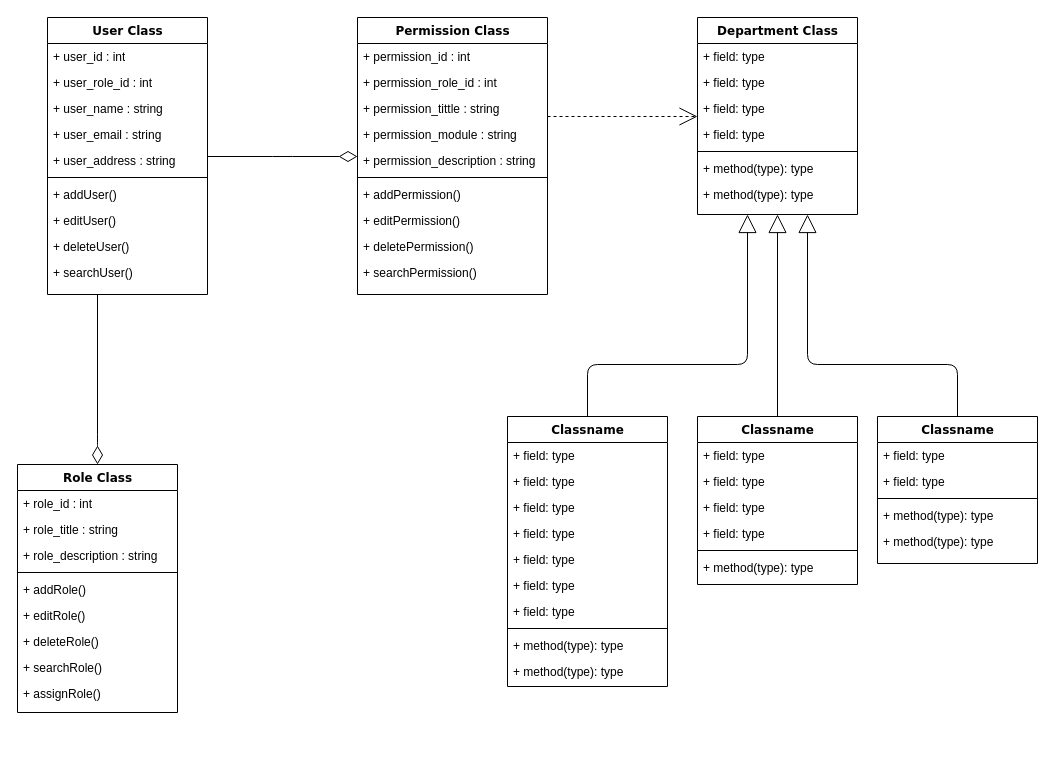
Before: Diagrams/Class Diagram.drawio in JoanLushi22/ReceptionApp, a draw.io diagram. Source tidied: cells renumbered, new cells numbered last; positions are measured from the earlier drawing's top-left corner, leaving out a move shared by most shapes. Both pictures are drawn from the tidied source at 100%, with x=0, y=0 at pixel (17, 17).
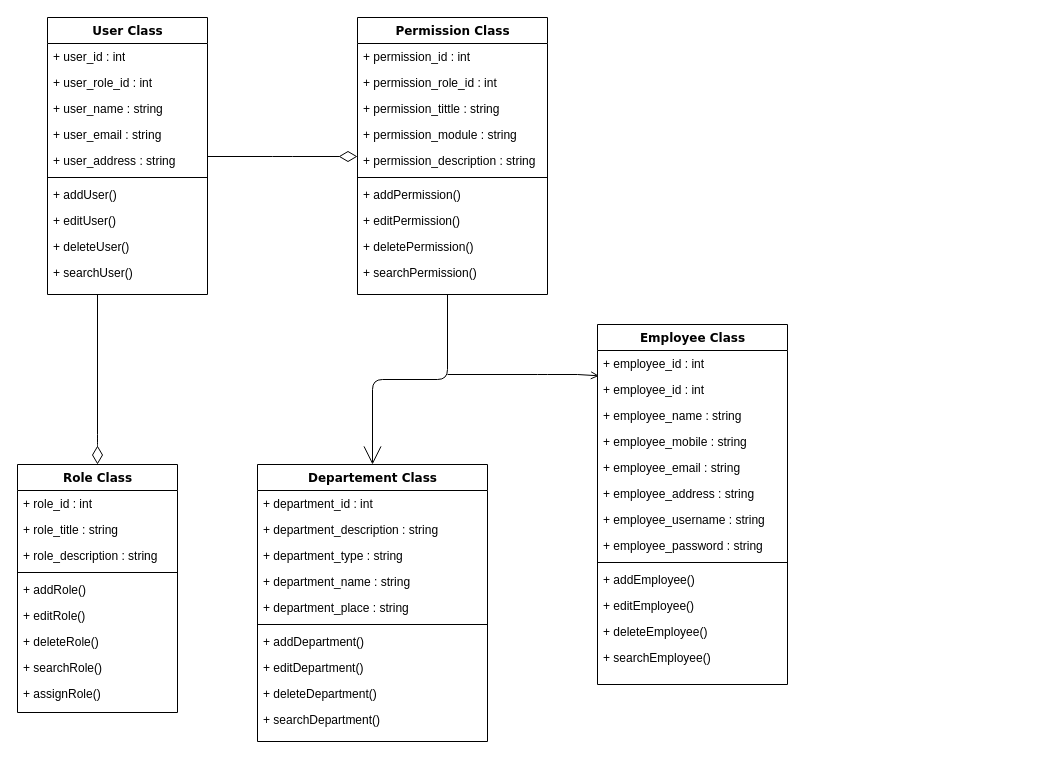
After the change.

Unchanged cells that the change refers to:
```xml
<mxCell id="15" value="Permission Class" style="swimlane;html=1;fontStyle=1;align=center;verticalAlign=top;horizontal=1;startSize=26;swimlaneFillColor=#ffffff;rounded=0;shadow=0;comic=0;labelBackgroundColor=none;strokeWidth=1;fillColor=none;fontFamily=Verdana;fontSize=12;" parent="1" vertex="1">
  <mxGeometry x="340" width="190" height="277" as="geometry" />
</mxCell>
```

Change to the diagram source:
```diff
@@
-    <mxCell id="14" style="edgeStyle=elbowEdgeStyle;html=1;labelBackgroundColor=none;startFill=0;startSize=8;endArrow=open;endFill=0;endSize=16;fontFamily=Verdana;fontSize=12;elbow=vertical;dashed=1;" parent="1" edge="1" source="15" target="26">
-      <mxGeometry relative="1" as="geometry" />
+    <mxCell id="14" style="edgeStyle=elbowEdgeStyle;html=1;labelBackgroundColor=none;startFill=0;startSize=8;endArrow=open;endFill=0;endSize=16;fontFamily=Verdana;fontSize=12;elbow=vertical;entryX=0.5;entryY=0;entryDx=0;entryDy=0;rounded=1;" parent="1" edge="1" target="76">
+      <mxGeometry relative="1" as="geometry">
+        <mxPoint x="430" y="277" as="sourcePoint" />
+      </mxGeometry>
     </mxCell>
@@
-    <mxCell id="26" value="Department Class" style="swimlane;html=1;fontStyle=1;align=center;verticalAlign=top;horizontal=1;startSize=26;swimlaneFillColor=#ffffff;rounded=0;shadow=0;comic=0;labelBackgroundColor=none;strokeWidth=1;fillColor=none;fontFamily=Verdana;fontSize=12;" parent="1" vertex="1">
-      <mxGeometry x="680" width="160" height="197" as="geometry" />
-    </mxCell>
-    <mxCell id="27" value="+ field: type" style="text;html=1;strokeColor=none;fillColor=none;align=left;verticalAlign=top;spacingLeft=4;spacingRight=4;whiteSpace=wrap;overflow=hidden;" parent="26" vertex="1">
-      <mxGeometry y="26" width="160" height="26" as="geometry" />
-    </mxCell>
-    <mxCell id="28" value="+ field: type" style="text;html=1;strokeColor=none;fillColor=none;align=left;verticalAlign=top;spacingLeft=4;spacingRight=4;whiteSpace=wrap;overflow=hidden;" parent="26" vertex="1">
-      <mxGeometry y="52" width="160" height="26" as="geometry" />
-    </mxCell>
-    <mxCell id="29" value="+ field: type" style="text;html=1;strokeColor=none;fillColor=none;align=left;verticalAlign=top;spacingLeft=4;spacingRight=4;whiteSpace=wrap;overflow=hidden;" parent="26" vertex="1">
-      <mxGeometry y="78" width="160" height="26" as="geometry" />
-    </mxCell>
-    <mxCell id="30" value="+ field: type" style="text;html=1;strokeColor=none;fillColor=none;align=left;verticalAlign=top;spacingLeft=4;spacingRight=4;whiteSpace=wrap;overflow=hidden;" parent="26" vertex="1">
-      <mxGeometry y="104" width="160" height="26" as="geometry" />
-    </mxCell>
-    <mxCell id="31" style="line;html=1;strokeWidth=1;fillColor=none;align=left;verticalAlign=middle;spacingTop=-1;spacingLeft=3;spacingRight=3;labelPosition=right;" parent="26" vertex="1">
-      <mxGeometry y="130" width="160" height="8" as="geometry" />
-    </mxCell>
-    <mxCell id="32" value="+ method(type): type" style="text;html=1;strokeColor=none;fillColor=none;align=left;verticalAlign=top;spacingLeft=4;spacingRight=4;whiteSpace=wrap;overflow=hidden;" parent="26" vertex="1">
-      <mxGeometry y="138" width="160" height="26" as="geometry" />
-    </mxCell>
-    <mxCell id="33" value="+ method(type): type" style="text;html=1;strokeColor=none;fillColor=none;align=left;verticalAlign=top;spacingLeft=4;spacingRight=4;whiteSpace=wrap;overflow=hidden;" parent="26" vertex="1">
-      <mxGeometry y="164" width="160" height="26" as="geometry" />
-    </mxCell>
@@
-    <mxCell id="44" style="edgeStyle=orthogonalEdgeStyle;html=1;labelBackgroundColor=none;startFill=0;startSize=8;endArrow=block;endFill=0;endSize=16;fontFamily=Verdana;fontSize=12;" parent="1" edge="1" source="45" target="26">
-      <mxGeometry relative="1" as="geometry">
-        <Array as="points">
-          <mxPoint x="570" y="347" />
-          <mxPoint x="730" y="347" />
-        </Array>
-      </mxGeometry>
-    </mxCell>
-    <mxCell id="45" value="Classname" style="swimlane;html=1;fontStyle=1;align=center;verticalAlign=top;horizontal=1;startSize=26;swimlaneFillColor=#ffffff;rounded=0;shadow=0;comic=0;labelBackgroundColor=none;strokeWidth=1;fillColor=none;fontFamily=Verdana;fontSize=12;" parent="1" vertex="1">
-      <mxGeometry x="490" y="399" width="160" height="270" as="geometry" />
+    <mxCell id="45" value="Employee Class" style="swimlane;html=1;fontStyle=1;align=center;verticalAlign=top;horizontal=1;startSize=26;swimlaneFillColor=#ffffff;rounded=0;shadow=0;comic=0;labelBackgroundColor=none;strokeWidth=1;fillColor=none;fontFamily=Verdana;fontSize=12;" parent="1" vertex="1">
+      <mxGeometry x="580" y="307" width="190" height="360" as="geometry" />
     </mxCell>
+    <mxCell id="72" value="+ employee_id : int" style="text;html=1;strokeColor=none;fillColor=none;align=left;verticalAlign=top;spacingLeft=4;spacingRight=4;whiteSpace=wrap;overflow=hidden;" parent="45" vertex="1">
+      <mxGeometry y="26" width="190" height="26" as="geometry" />
+    </mxCell>
-    <mxCell id="46" value="+ field: type" style="text;html=1;strokeColor=none;fillColor=none;align=left;verticalAlign=top;spacingLeft=4;spacingRight=4;whiteSpace=wrap;overflow=hidden;points=[[0,0.5],[1,0.5]];portConstraint=eastwest;" parent="45" vertex="1">
-      <mxGeometry y="26" width="160" height="26" as="geometry" />
+    <mxCell id="46" value="+ employee_id : int" style="text;html=1;strokeColor=none;fillColor=none;align=left;verticalAlign=top;spacingLeft=4;spacingRight=4;whiteSpace=wrap;overflow=hidden;points=[[0,0.5],[1,0.5]];portConstraint=eastwest;" parent="45" vertex="1">
+      <mxGeometry y="52" width="190" height="26" as="geometry" />
     </mxCell>
-    <mxCell id="47" value="+ field: type" style="text;html=1;strokeColor=none;fillColor=none;align=left;verticalAlign=top;spacingLeft=4;spacingRight=4;whiteSpace=wrap;overflow=hidden;" parent="45" vertex="1">
-      <mxGeometry y="52" width="160" height="26" as="geometry" />
+    <mxCell id="47" value="+ employee_name : string" style="text;html=1;strokeColor=none;fillColor=none;align=left;verticalAlign=top;spacingLeft=4;spacingRight=4;whiteSpace=wrap;overflow=hidden;" parent="45" vertex="1">
+      <mxGeometry y="78" width="190" height="26" as="geometry" />
     </mxCell>
-    <mxCell id="48" value="+ field: type" style="text;html=1;strokeColor=none;fillColor=none;align=left;verticalAlign=top;spacingLeft=4;spacingRight=4;whiteSpace=wrap;overflow=hidden;" parent="45" vertex="1">
-      <mxGeometry y="78" width="160" height="26" as="geometry" />
+    <mxCell id="48" value="+ employee_mobile : string" style="text;html=1;strokeColor=none;fillColor=none;align=left;verticalAlign=top;spacingLeft=4;spacingRight=4;whiteSpace=wrap;overflow=hidden;" parent="45" vertex="1">
+      <mxGeometry y="104" width="190" height="26" as="geometry" />
     </mxCell>
-    <mxCell id="49" value="+ field: type" style="text;html=1;strokeColor=none;fillColor=none;align=left;verticalAlign=top;spacingLeft=4;spacingRight=4;whiteSpace=wrap;overflow=hidden;" parent="45" vertex="1">
-      <mxGeometry y="104" width="160" height="26" as="geometry" />
+    <mxCell id="49" value="+ employee_email : string" style="text;html=1;strokeColor=none;fillColor=none;align=left;verticalAlign=top;spacingLeft=4;spacingRight=4;whiteSpace=wrap;overflow=hidden;" parent="45" vertex="1">
+      <mxGeometry y="130" width="190" height="26" as="geometry" />
     </mxCell>
-    <mxCell id="50" value="+ field: type" style="text;html=1;strokeColor=none;fillColor=none;align=left;verticalAlign=top;spacingLeft=4;spacingRight=4;whiteSpace=wrap;overflow=hidden;" parent="45" vertex="1">
-      <mxGeometry y="130" width="160" height="26" as="geometry" />
+    <mxCell id="50" value="+ employee_address : string" style="text;html=1;strokeColor=none;fillColor=none;align=left;verticalAlign=top;spacingLeft=4;spacingRight=4;whiteSpace=wrap;overflow=hidden;" parent="45" vertex="1">
+      <mxGeometry y="156" width="190" height="26" as="geometry" />
     </mxCell>
-    <mxCell id="51" value="+ field: type" style="text;html=1;strokeColor=none;fillColor=none;align=left;verticalAlign=top;spacingLeft=4;spacingRight=4;whiteSpace=wrap;overflow=hidden;" parent="45" vertex="1">
-      <mxGeometry y="156" width="160" height="26" as="geometry" />
+    <mxCell id="51" value="+ employee_username : string" style="text;html=1;strokeColor=none;fillColor=none;align=left;verticalAlign=top;spacingLeft=4;spacingRight=4;whiteSpace=wrap;overflow=hidden;" parent="45" vertex="1">
+      <mxGeometry y="182" width="190" height="26" as="geometry" />
     </mxCell>
-    <mxCell id="52" value="+ field: type" style="text;html=1;strokeColor=none;fillColor=none;align=left;verticalAlign=top;spacingLeft=4;spacingRight=4;whiteSpace=wrap;overflow=hidden;" parent="45" vertex="1">
-      <mxGeometry y="182" width="160" height="26" as="geometry" />
+    <mxCell id="52" value="+ employee_password : string" style="text;html=1;strokeColor=none;fillColor=none;align=left;verticalAlign=top;spacingLeft=4;spacingRight=4;whiteSpace=wrap;overflow=hidden;" parent="45" vertex="1">
+      <mxGeometry y="208" width="190" height="26" as="geometry" />
     </mxCell>
     <mxCell id="53" style="line;html=1;strokeWidth=1;fillColor=none;align=left;verticalAlign=middle;spacingTop=-1;spacingLeft=3;spacingRight=3;labelPosition=right;" parent="45" vertex="1">
-      <mxGeometry y="208" width="160" height="8" as="geometry" />
+      <mxGeometry y="234" width="190" height="8" as="geometry" />
     </mxCell>
-    <mxCell id="54" value="+ method(type): type" style="text;html=1;strokeColor=none;fillColor=none;align=left;verticalAlign=top;spacingLeft=4;spacingRight=4;whiteSpace=wrap;overflow=hidden;" parent="45" vertex="1">
-      <mxGeometry y="216" width="160" height="26" as="geometry" />
+    <mxCell id="54" value="+ addEmployee()" style="text;html=1;strokeColor=none;fillColor=none;align=left;verticalAlign=top;spacingLeft=4;spacingRight=4;whiteSpace=wrap;overflow=hidden;" parent="45" vertex="1">
+      <mxGeometry y="242" width="190" height="26" as="geometry" />
     </mxCell>
-    <mxCell id="55" value="+ method(type): type" style="text;html=1;strokeColor=none;fillColor=none;align=left;verticalAlign=top;spacingLeft=4;spacingRight=4;whiteSpace=wrap;overflow=hidden;" parent="45" vertex="1">
-      <mxGeometry y="242" width="160" height="26" as="geometry" />
-    </mxCell>
-    <mxCell id="56" style="edgeStyle=orthogonalEdgeStyle;html=1;labelBackgroundColor=none;startFill=0;startSize=8;endArrow=block;endFill=0;endSize=16;fontFamily=Verdana;fontSize=12;" parent="1" edge="1" source="57" target="26">
-      <mxGeometry relative="1" as="geometry" />
-    </mxCell>
-    <mxCell id="57" value="Classname" style="swimlane;html=1;fontStyle=1;align=center;verticalAlign=top;horizontal=1;startSize=26;swimlaneFillColor=#ffffff;rounded=0;shadow=0;comic=0;labelBackgroundColor=none;strokeWidth=1;fillColor=none;fontFamily=Verdana;fontSize=12;" parent="1" vertex="1">
-      <mxGeometry x="680" y="399" width="160" height="168" as="geometry" />
-    </mxCell>
-    <mxCell id="58" value="+ field: type" style="text;html=1;strokeColor=none;fillColor=none;align=left;verticalAlign=top;spacingLeft=4;spacingRight=4;whiteSpace=wrap;overflow=hidden;" parent="57" vertex="1">
-      <mxGeometry y="26" width="160" height="26" as="geometry" />
-    </mxCell>
-    <mxCell id="59" value="+ field: type" style="text;html=1;strokeColor=none;fillColor=none;align=left;verticalAlign=top;spacingLeft=4;spacingRight=4;whiteSpace=wrap;overflow=hidden;" parent="57" vertex="1">
-      <mxGeometry y="52" width="160" height="26" as="geometry" />
-    </mxCell>
-    <mxCell id="60" value="+ field: type" style="text;html=1;strokeColor=none;fillColor=none;align=left;verticalAlign=top;spacingLeft=4;spacingRight=4;whiteSpace=wrap;overflow=hidden;" parent="57" vertex="1">
-      <mxGeometry y="78" width="160" height="26" as="geometry" />
-    </mxCell>
-    <mxCell id="61" value="+ field: type" style="text;html=1;strokeColor=none;fillColor=none;align=left;verticalAlign=top;spacingLeft=4;spacingRight=4;whiteSpace=wrap;overflow=hidden;" parent="57" vertex="1">
-      <mxGeometry y="104" width="160" height="26" as="geometry" />
-    </mxCell>
-    <mxCell id="62" style="line;html=1;strokeWidth=1;fillColor=none;align=left;verticalAlign=middle;spacingTop=-1;spacingLeft=3;spacingRight=3;labelPosition=right;" parent="57" vertex="1">
-      <mxGeometry y="130" width="160" height="8" as="geometry" />
-    </mxCell>
-    <mxCell id="63" value="+ method(type): type" style="text;html=1;strokeColor=none;fillColor=none;align=left;verticalAlign=top;spacingLeft=4;spacingRight=4;whiteSpace=wrap;overflow=hidden;" parent="57" vertex="1">
-      <mxGeometry y="138" width="160" height="26" as="geometry" />
-    </mxCell>
-    <mxCell id="64" style="edgeStyle=orthogonalEdgeStyle;html=1;labelBackgroundColor=none;startFill=0;startSize=8;endArrow=block;endFill=0;endSize=16;fontFamily=Verdana;fontSize=12;" parent="1" edge="1" source="65" target="26">
-      <mxGeometry relative="1" as="geometry">
-        <Array as="points">
-          <mxPoint x="940" y="347" />
-          <mxPoint x="790" y="347" />
-        </Array>
-      </mxGeometry>
-    </mxCell>
-    <mxCell id="65" value="Classname" style="swimlane;html=1;fontStyle=1;align=center;verticalAlign=top;horizontal=1;startSize=26;swimlaneFillColor=#ffffff;rounded=0;shadow=0;comic=0;labelBackgroundColor=none;strokeWidth=1;fillColor=none;fontFamily=Verdana;fontSize=12;" parent="1" vertex="1">
-      <mxGeometry x="860" y="399" width="160" height="147" as="geometry" />
-    </mxCell>
-    <mxCell id="66" value="+ field: type" style="text;html=1;strokeColor=none;fillColor=none;align=left;verticalAlign=top;spacingLeft=4;spacingRight=4;whiteSpace=wrap;overflow=hidden;" parent="65" vertex="1">
-      <mxGeometry y="26" width="160" height="26" as="geometry" />
-    </mxCell>
-    <mxCell id="67" value="+ field: type" style="text;html=1;strokeColor=none;fillColor=none;align=left;verticalAlign=top;spacingLeft=4;spacingRight=4;whiteSpace=wrap;overflow=hidden;" parent="65" vertex="1">
-      <mxGeometry y="52" width="160" height="26" as="geometry" />
-    </mxCell>
-    <mxCell id="68" style="line;html=1;strokeWidth=1;fillColor=none;align=left;verticalAlign=middle;spacingTop=-1;spacingLeft=3;spacingRight=3;labelPosition=right;" parent="65" vertex="1">
-      <mxGeometry y="78" width="160" height="8" as="geometry" />
-    </mxCell>
-    <mxCell id="69" value="+ method(type): type" style="text;html=1;strokeColor=none;fillColor=none;align=left;verticalAlign=top;spacingLeft=4;spacingRight=4;whiteSpace=wrap;overflow=hidden;" parent="65" vertex="1">
-      <mxGeometry y="86" width="160" height="26" as="geometry" />
-    </mxCell>
-    <mxCell id="70" value="+ method(type): type" style="text;html=1;strokeColor=none;fillColor=none;align=left;verticalAlign=top;spacingLeft=4;spacingRight=4;whiteSpace=wrap;overflow=hidden;" parent="65" vertex="1">
-      <mxGeometry y="112" width="160" height="26" as="geometry" />
-    </mxCell>
+    <mxCell id="73" value="+ editEmployee()" style="text;html=1;strokeColor=none;fillColor=none;align=left;verticalAlign=top;spacingLeft=4;spacingRight=4;whiteSpace=wrap;overflow=hidden;" parent="45" vertex="1">
+      <mxGeometry y="268" width="190" height="26" as="geometry" />
+    </mxCell>
+    <mxCell id="74" value="+ deleteEmployee()" style="text;html=1;strokeColor=none;fillColor=none;align=left;verticalAlign=top;spacingLeft=4;spacingRight=4;whiteSpace=wrap;overflow=hidden;" parent="45" vertex="1">
+      <mxGeometry y="294" width="190" height="26" as="geometry" />
+    </mxCell>
+    <mxCell id="75" value="+ searchEmployee()" style="text;html=1;strokeColor=none;fillColor=none;align=left;verticalAlign=top;spacingLeft=4;spacingRight=4;whiteSpace=wrap;overflow=hidden;" parent="45" vertex="1">
+      <mxGeometry y="320" width="190" height="26" as="geometry" />
+    </mxCell>
@@
+    <mxCell id="76" value="Departement Class" style="swimlane;html=1;fontStyle=1;align=center;verticalAlign=top;horizontal=1;startSize=26;swimlaneFillColor=#ffffff;rounded=0;shadow=0;comic=0;labelBackgroundColor=none;strokeWidth=1;fillColor=none;fontFamily=Verdana;fontSize=12;" parent="1" vertex="1">
+      <mxGeometry x="240" y="447" width="230" height="277" as="geometry" />
+    </mxCell>
+    <mxCell id="77" value="+ department_id : int" style="text;html=1;strokeColor=none;fillColor=none;align=left;verticalAlign=top;spacingLeft=4;spacingRight=4;whiteSpace=wrap;overflow=hidden;" parent="76" vertex="1">
+      <mxGeometry y="26" width="230" height="26" as="geometry" />
+    </mxCell>
+    <mxCell id="78" value="+ department_description : string" style="text;html=1;strokeColor=none;fillColor=none;align=left;verticalAlign=top;spacingLeft=4;spacingRight=4;whiteSpace=wrap;overflow=hidden;" parent="76" vertex="1">
+      <mxGeometry y="52" width="230" height="26" as="geometry" />
+    </mxCell>
+    <mxCell id="79" value="+ department_type : string" style="text;html=1;strokeColor=none;fillColor=none;align=left;verticalAlign=top;spacingLeft=4;spacingRight=4;whiteSpace=wrap;overflow=hidden;" parent="76" vertex="1">
+      <mxGeometry y="78" width="230" height="26" as="geometry" />
+    </mxCell>
+    <mxCell id="80" value="+ department_name : string" style="text;html=1;strokeColor=none;fillColor=none;align=left;verticalAlign=top;spacingLeft=4;spacingRight=4;whiteSpace=wrap;overflow=hidden;" parent="76" vertex="1">
+      <mxGeometry y="104" width="230" height="26" as="geometry" />
+    </mxCell>
+    <mxCell id="81" value="+ department_place : string" style="text;html=1;strokeColor=none;fillColor=none;align=left;verticalAlign=top;spacingLeft=4;spacingRight=4;whiteSpace=wrap;overflow=hidden;" parent="76" vertex="1">
+      <mxGeometry y="130" width="230" height="26" as="geometry" />
+    </mxCell>
+    <mxCell id="82" style="line;html=1;strokeWidth=1;fillColor=none;align=left;verticalAlign=middle;spacingTop=-1;spacingLeft=3;spacingRight=3;labelPosition=right;" parent="76" vertex="1">
+      <mxGeometry y="156" width="230" height="8" as="geometry" />
+    </mxCell>
+    <mxCell id="83" value="+ addDepartment()" style="text;html=1;strokeColor=none;fillColor=none;align=left;verticalAlign=top;spacingLeft=4;spacingRight=4;whiteSpace=wrap;overflow=hidden;" parent="76" vertex="1">
+      <mxGeometry y="164" width="230" height="26" as="geometry" />
+    </mxCell>
+    <mxCell id="84" value="+ editDepartment()" style="text;html=1;strokeColor=none;fillColor=none;align=left;verticalAlign=top;spacingLeft=4;spacingRight=4;whiteSpace=wrap;overflow=hidden;" parent="76" vertex="1">
+      <mxGeometry y="190" width="230" height="26" as="geometry" />
+    </mxCell>
+    <mxCell id="85" value="+ deleteDepartment()" style="text;html=1;strokeColor=none;fillColor=none;align=left;verticalAlign=top;spacingLeft=4;spacingRight=4;whiteSpace=wrap;overflow=hidden;" parent="76" vertex="1">
+      <mxGeometry y="216" width="230" height="26" as="geometry" />
+    </mxCell>
+    <mxCell id="86" value="+ searchDepartment()" style="text;html=1;strokeColor=none;fillColor=none;align=left;verticalAlign=top;spacingLeft=4;spacingRight=4;whiteSpace=wrap;overflow=hidden;" parent="76" vertex="1">
+      <mxGeometry y="242" width="230" height="26" as="geometry" />
+    </mxCell>
+    <mxCell id="87" style="endArrow=open;html=1;rounded=0;endFill=0;entryX=0.008;entryY=-0.026;entryDx=0;entryDy=0;entryPerimeter=0;" parent="1" edge="1" target="46">
+      <mxGeometry relative="1" as="geometry">
+        <mxPoint x="430" y="357" as="sourcePoint" />
+        <Array as="points">
+          <mxPoint x="520" y="357" />
+          <mxPoint x="530" y="357" />
+          <mxPoint x="560" y="357" />
+        </Array>
+      </mxGeometry>
+    </mxCell>
```
